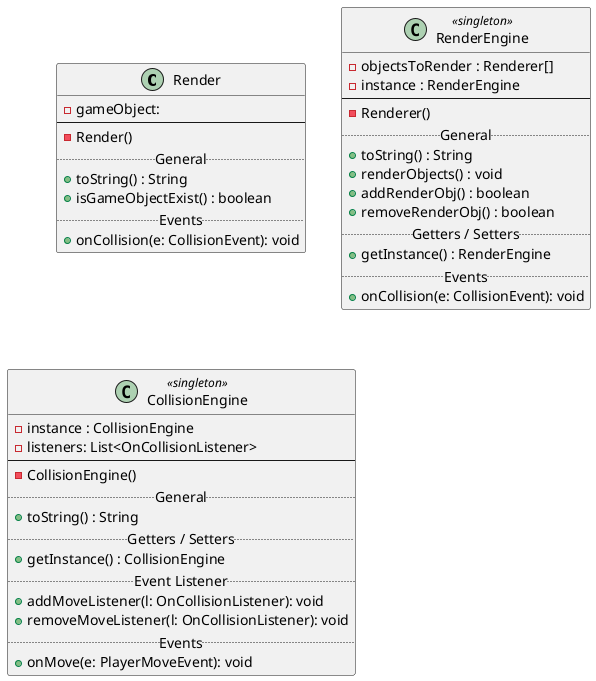
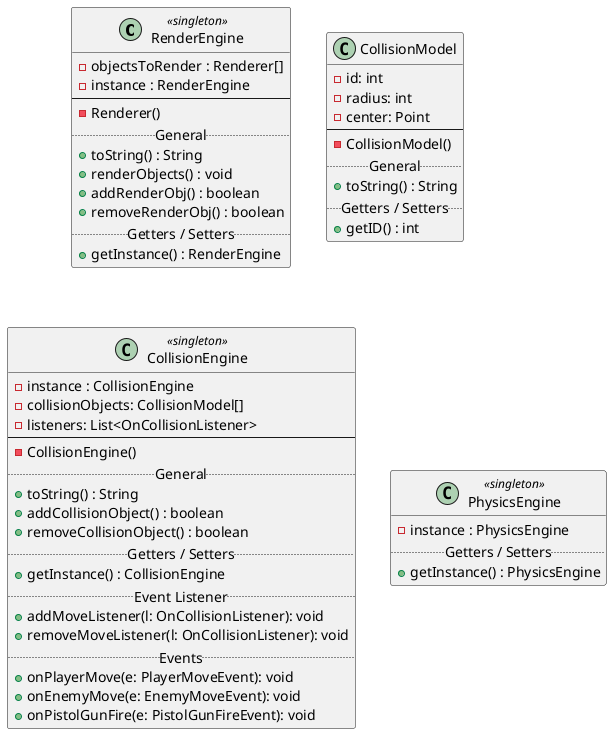
@startuml space-spiel-engine
/'
engine.puml: Space spiel UML class diagram for different logic.
Copyright (C) 2026  Vladyslav Tupikin
Contact: vladtupikin7@gmail.com

This program is free software: you can redistribute it and/or modify
it under the terms of the GNU General Public License as published by
the Free Software Foundation, either version 3 of the License, or
(at your option) any later version.

This program is distributed in the hope that it will be useful,
but WITHOUT ANY WARRANTY; without even the implied warranty of
MERCHANTABILITY or FITNESS FOR A PARTICULAR PURPOSE.  See the
GNU General Public License for more details.

You should have received a copy of the GNU General Public License
along with this program.  If not, see <https://www.gnu.org/licenses/>.
'/

- class Render {
-     -gameObject:
-     --
-     -Render()
-     .. General ..
-     + toString() : String
-     + isGameObjectExist() : boolean
-     .. Events ..
-     + onCollision(e: CollisionEvent): void
- }
- 
class RenderEngine <<singleton>> {
    -objectsToRender : Renderer[]
    -instance : RenderEngine
    --
    -Renderer()
    .. General ..
    + toString() : String
    + renderObjects() : void
    + addRenderObj() : boolean
    + removeRenderObj() : boolean
    .. Getters / Setters ..
    +getInstance() : RenderEngine
-     .. Events ..
-     + onCollision(e: CollisionEvent): void
+ }
+ 
+ class CollisionModel {
+     - id: int
+     - radius: int
+     - center: Point
+     --
+     - CollisionModel()
+     .. General ..
+     + toString() : String
+     .. Getters / Setters ..
+     + getID() : int
}

class CollisionEngine <<singleton>> {
-     -instance : CollisionEngine
+     - instance : CollisionEngine
+     - collisionObjects: CollisionModel[]
    - listeners: List<OnCollisionListener>
    --
-     -CollisionEngine()
+     - CollisionEngine()
    .. General ..
    + toString() : String
+     + addCollisionObject() : boolean
+     + removeCollisionObject() : boolean
    .. Getters / Setters ..
-     +getInstance() : CollisionEngine
+     + getInstance() : CollisionEngine
    .. Event Listener ..
    + addMoveListener(l: OnCollisionListener): void
    + removeMoveListener(l: OnCollisionListener): void
    .. Events ..
-      + onMove(e: PlayerMoveEvent): void
+     + onPlayerMove(e: PlayerMoveEvent): void
+     + onEnemyMove(e: EnemyMoveEvent): void
+     + onPistolGunFire(e: PistolGunFireEvent): void
+ }
+ 
+ class PhysicsEngine <<singleton>> {
+     - instance : PhysicsEngine
+     .. Getters / Setters ..
+     + getInstance() : PhysicsEngine
}

@enduml
